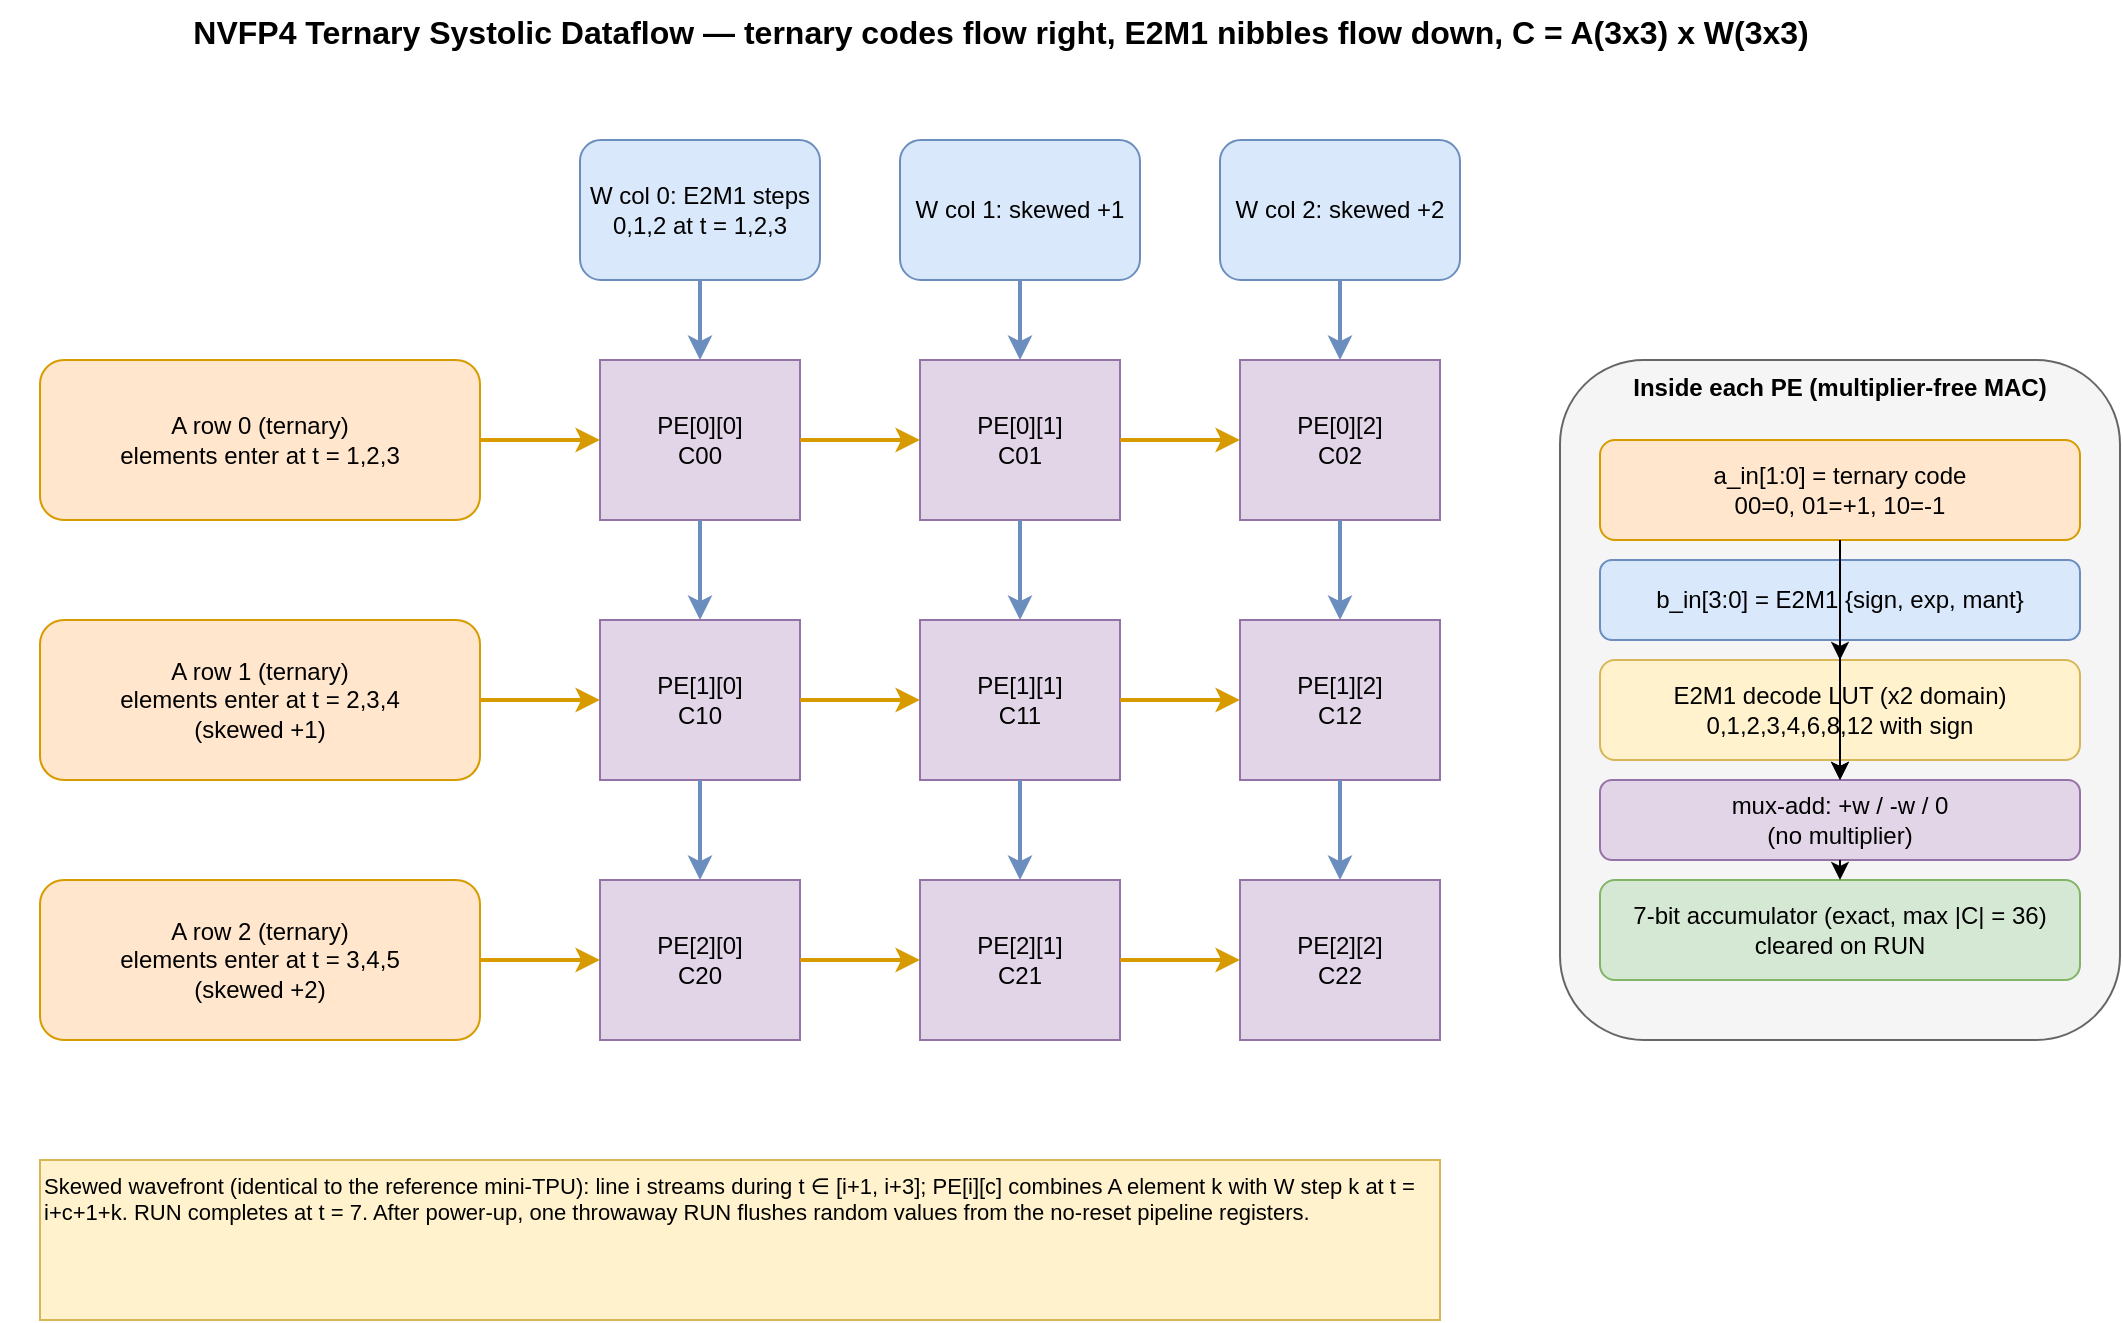
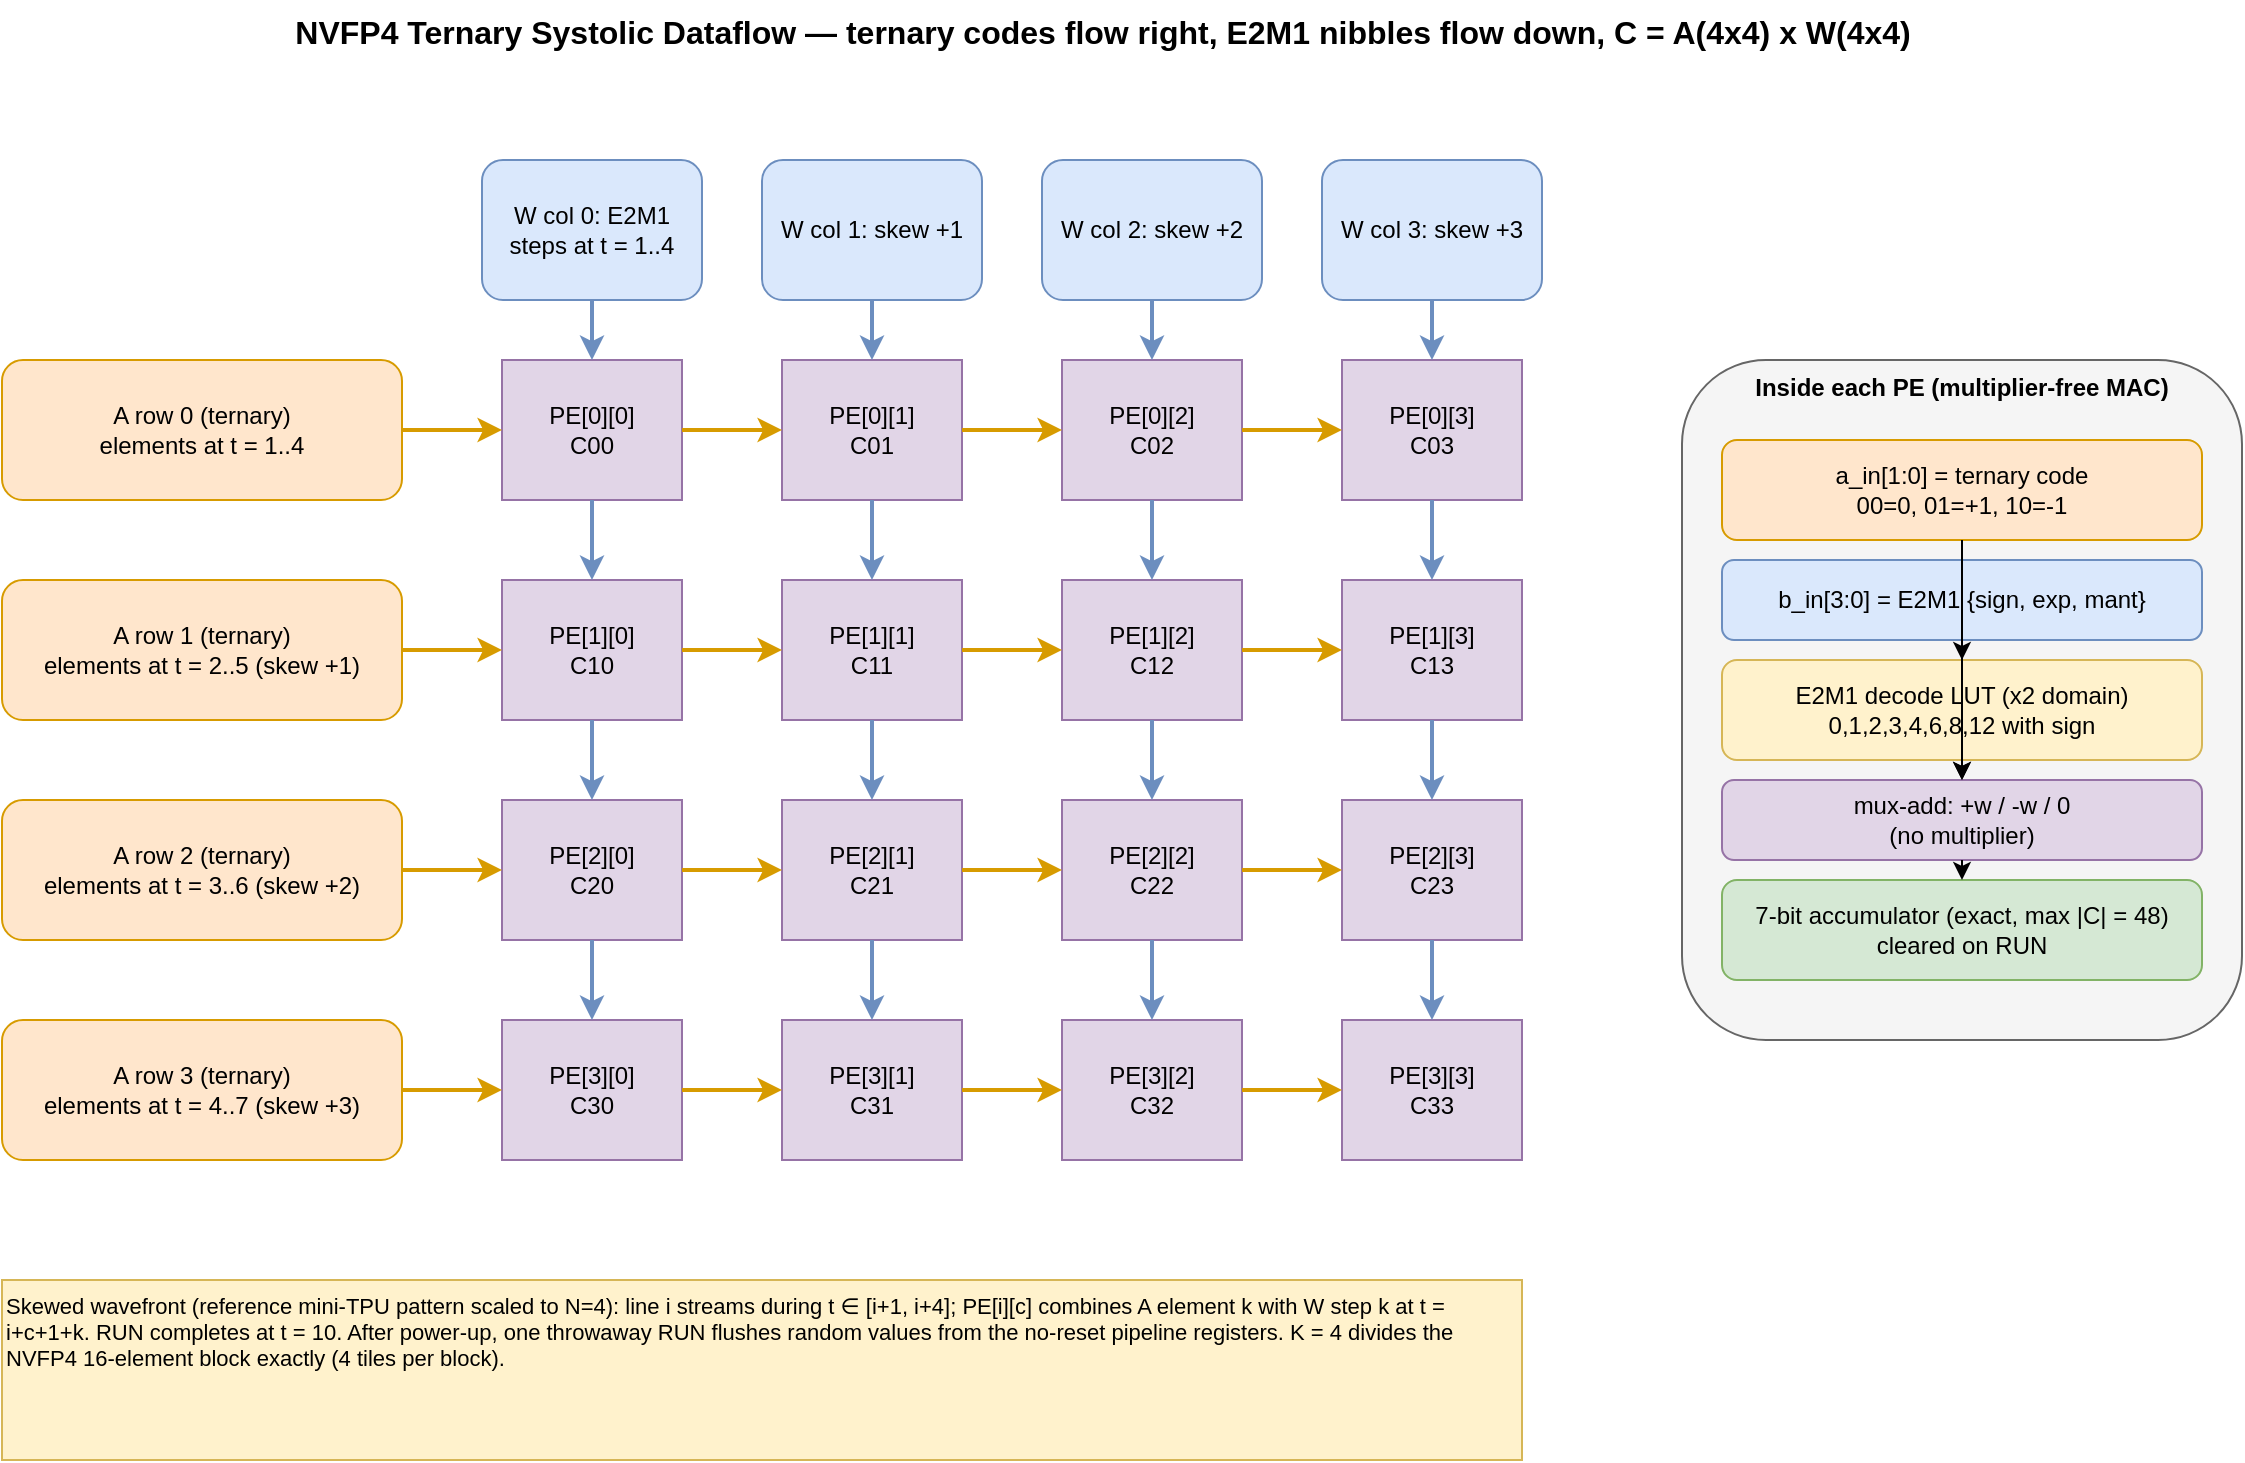
<mxfile host="app.diagrams.net" type="device">
  <diagram id="dataflow" name="Dataflow">
-     <mxGraphModel dx="1400" dy="900" grid="1" gridSize="10" guides="1" tooltips="1" connect="1" arrows="1" fold="1" page="1" pageScale="1" pageWidth="1200" pageHeight="850" math="0" shadow="0">
+     <mxGraphModel dx="1400" dy="900" grid="1" gridSize="10" guides="1" tooltips="1" connect="1" arrows="1" fold="1" page="1" pageScale="1" pageWidth="1400" pageHeight="950" math="0" shadow="0">
      <root>
        <mxCell id="0" />
        <mxCell id="1" parent="0" />

-         <mxCell id="title" value="NVFP4 Ternary Systolic Dataflow — ternary codes flow right, E2M1 nibbles flow down, C = A(3x3) x W(3x3)" style="text;html=1;fontSize=16;fontStyle=1;align=center;" vertex="1" parent="1">
-           <mxGeometry x="100" y="20" width="1000" height="30" as="geometry" />
+         <mxCell id="title" value="NVFP4 Ternary Systolic Dataflow — ternary codes flow right, E2M1 nibbles flow down, C = A(4x4) x W(4x4)" style="text;html=1;fontSize=16;fontStyle=1;align=center;" vertex="1" parent="1">
+           <mxGeometry x="150" y="20" width="1100" height="30" as="geometry" />
        </mxCell>

-         <mxCell id="pe00" value="PE[0][0]&#10;C00" style="rounded=0;whiteSpace=wrap;html=1;fillColor=#e1d5e7;strokeColor=#9673a6;" vertex="1" parent="1"><mxGeometry x="400" y="200" width="100" height="80" as="geometry" /></mxCell>
-         <mxCell id="pe01" value="PE[0][1]&#10;C01" style="rounded=0;whiteSpace=wrap;html=1;fillColor=#e1d5e7;strokeColor=#9673a6;" vertex="1" parent="1"><mxGeometry x="560" y="200" width="100" height="80" as="geometry" /></mxCell>
-         <mxCell id="pe02" value="PE[0][2]&#10;C02" style="rounded=0;whiteSpace=wrap;html=1;fillColor=#e1d5e7;strokeColor=#9673a6;" vertex="1" parent="1"><mxGeometry x="720" y="200" width="100" height="80" as="geometry" /></mxCell>
-         <mxCell id="pe10" value="PE[1][0]&#10;C10" style="rounded=0;whiteSpace=wrap;html=1;fillColor=#e1d5e7;strokeColor=#9673a6;" vertex="1" parent="1"><mxGeometry x="400" y="330" width="100" height="80" as="geometry" /></mxCell>
-         <mxCell id="pe11" value="PE[1][1]&#10;C11" style="rounded=0;whiteSpace=wrap;html=1;fillColor=#e1d5e7;strokeColor=#9673a6;" vertex="1" parent="1"><mxGeometry x="560" y="330" width="100" height="80" as="geometry" /></mxCell>
-         <mxCell id="pe12" value="PE[1][2]&#10;C12" style="rounded=0;whiteSpace=wrap;html=1;fillColor=#e1d5e7;strokeColor=#9673a6;" vertex="1" parent="1"><mxGeometry x="720" y="330" width="100" height="80" as="geometry" /></mxCell>
-         <mxCell id="pe20" value="PE[2][0]&#10;C20" style="rounded=0;whiteSpace=wrap;html=1;fillColor=#e1d5e7;strokeColor=#9673a6;" vertex="1" parent="1"><mxGeometry x="400" y="460" width="100" height="80" as="geometry" /></mxCell>
-         <mxCell id="pe21" value="PE[2][1]&#10;C21" style="rounded=0;whiteSpace=wrap;html=1;fillColor=#e1d5e7;strokeColor=#9673a6;" vertex="1" parent="1"><mxGeometry x="560" y="460" width="100" height="80" as="geometry" /></mxCell>
-         <mxCell id="pe22" value="PE[2][2]&#10;C22" style="rounded=0;whiteSpace=wrap;html=1;fillColor=#e1d5e7;strokeColor=#9673a6;" vertex="1" parent="1"><mxGeometry x="720" y="460" width="100" height="80" as="geometry" /></mxCell>
+         <mxCell id="pe00" value="PE[0][0]&#10;C00" style="rounded=0;whiteSpace=wrap;html=1;fillColor=#e1d5e7;strokeColor=#9673a6;" vertex="1" parent="1"><mxGeometry x="400" y="200" width="90" height="70" as="geometry" /></mxCell>
+         <mxCell id="pe01" value="PE[0][1]&#10;C01" style="rounded=0;whiteSpace=wrap;html=1;fillColor=#e1d5e7;strokeColor=#9673a6;" vertex="1" parent="1"><mxGeometry x="540" y="200" width="90" height="70" as="geometry" /></mxCell>
+         <mxCell id="pe02" value="PE[0][2]&#10;C02" style="rounded=0;whiteSpace=wrap;html=1;fillColor=#e1d5e7;strokeColor=#9673a6;" vertex="1" parent="1"><mxGeometry x="680" y="200" width="90" height="70" as="geometry" /></mxCell>
+         <mxCell id="pe03" value="PE[0][3]&#10;C03" style="rounded=0;whiteSpace=wrap;html=1;fillColor=#e1d5e7;strokeColor=#9673a6;" vertex="1" parent="1"><mxGeometry x="820" y="200" width="90" height="70" as="geometry" /></mxCell>
+         <mxCell id="pe10" value="PE[1][0]&#10;C10" style="rounded=0;whiteSpace=wrap;html=1;fillColor=#e1d5e7;strokeColor=#9673a6;" vertex="1" parent="1"><mxGeometry x="400" y="310" width="90" height="70" as="geometry" /></mxCell>
+         <mxCell id="pe11" value="PE[1][1]&#10;C11" style="rounded=0;whiteSpace=wrap;html=1;fillColor=#e1d5e7;strokeColor=#9673a6;" vertex="1" parent="1"><mxGeometry x="540" y="310" width="90" height="70" as="geometry" /></mxCell>
+         <mxCell id="pe12" value="PE[1][2]&#10;C12" style="rounded=0;whiteSpace=wrap;html=1;fillColor=#e1d5e7;strokeColor=#9673a6;" vertex="1" parent="1"><mxGeometry x="680" y="310" width="90" height="70" as="geometry" /></mxCell>
+         <mxCell id="pe13" value="PE[1][3]&#10;C13" style="rounded=0;whiteSpace=wrap;html=1;fillColor=#e1d5e7;strokeColor=#9673a6;" vertex="1" parent="1"><mxGeometry x="820" y="310" width="90" height="70" as="geometry" /></mxCell>
+         <mxCell id="pe20" value="PE[2][0]&#10;C20" style="rounded=0;whiteSpace=wrap;html=1;fillColor=#e1d5e7;strokeColor=#9673a6;" vertex="1" parent="1"><mxGeometry x="400" y="420" width="90" height="70" as="geometry" /></mxCell>
+         <mxCell id="pe21" value="PE[2][1]&#10;C21" style="rounded=0;whiteSpace=wrap;html=1;fillColor=#e1d5e7;strokeColor=#9673a6;" vertex="1" parent="1"><mxGeometry x="540" y="420" width="90" height="70" as="geometry" /></mxCell>
+         <mxCell id="pe22" value="PE[2][2]&#10;C22" style="rounded=0;whiteSpace=wrap;html=1;fillColor=#e1d5e7;strokeColor=#9673a6;" vertex="1" parent="1"><mxGeometry x="680" y="420" width="90" height="70" as="geometry" /></mxCell>
+         <mxCell id="pe23" value="PE[2][3]&#10;C23" style="rounded=0;whiteSpace=wrap;html=1;fillColor=#e1d5e7;strokeColor=#9673a6;" vertex="1" parent="1"><mxGeometry x="820" y="420" width="90" height="70" as="geometry" /></mxCell>
+         <mxCell id="pe30" value="PE[3][0]&#10;C30" style="rounded=0;whiteSpace=wrap;html=1;fillColor=#e1d5e7;strokeColor=#9673a6;" vertex="1" parent="1"><mxGeometry x="400" y="530" width="90" height="70" as="geometry" /></mxCell>
+         <mxCell id="pe31" value="PE[3][1]&#10;C31" style="rounded=0;whiteSpace=wrap;html=1;fillColor=#e1d5e7;strokeColor=#9673a6;" vertex="1" parent="1"><mxGeometry x="540" y="530" width="90" height="70" as="geometry" /></mxCell>
+         <mxCell id="pe32" value="PE[3][2]&#10;C32" style="rounded=0;whiteSpace=wrap;html=1;fillColor=#e1d5e7;strokeColor=#9673a6;" vertex="1" parent="1"><mxGeometry x="680" y="530" width="90" height="70" as="geometry" /></mxCell>
+         <mxCell id="pe33" value="PE[3][3]&#10;C33" style="rounded=0;whiteSpace=wrap;html=1;fillColor=#e1d5e7;strokeColor=#9673a6;" vertex="1" parent="1"><mxGeometry x="820" y="530" width="90" height="70" as="geometry" /></mxCell>

-         <mxCell id="rowa0" value="A row 0 (ternary)&#10;elements enter at t = 1,2,3" style="rounded=1;whiteSpace=wrap;html=1;fillColor=#ffe6cc;strokeColor=#d79b00;" vertex="1" parent="1"><mxGeometry x="120" y="200" width="220" height="80" as="geometry" /></mxCell>
-         <mxCell id="rowa1" value="A row 1 (ternary)&#10;elements enter at t = 2,3,4&#10;(skewed +1)" style="rounded=1;whiteSpace=wrap;html=1;fillColor=#ffe6cc;strokeColor=#d79b00;" vertex="1" parent="1"><mxGeometry x="120" y="330" width="220" height="80" as="geometry" /></mxCell>
-         <mxCell id="rowa2" value="A row 2 (ternary)&#10;elements enter at t = 3,4,5&#10;(skewed +2)" style="rounded=1;whiteSpace=wrap;html=1;fillColor=#ffe6cc;strokeColor=#d79b00;" vertex="1" parent="1"><mxGeometry x="120" y="460" width="220" height="80" as="geometry" /></mxCell>
+         <mxCell id="rowa0" value="A row 0 (ternary)&#10;elements at t = 1..4" style="rounded=1;whiteSpace=wrap;html=1;fillColor=#ffe6cc;strokeColor=#d79b00;" vertex="1" parent="1"><mxGeometry x="150" y="200" width="200" height="70" as="geometry" /></mxCell>
+         <mxCell id="rowa1" value="A row 1 (ternary)&#10;elements at t = 2..5 (skew +1)" style="rounded=1;whiteSpace=wrap;html=1;fillColor=#ffe6cc;strokeColor=#d79b00;" vertex="1" parent="1"><mxGeometry x="150" y="310" width="200" height="70" as="geometry" /></mxCell>
+         <mxCell id="rowa2" value="A row 2 (ternary)&#10;elements at t = 3..6 (skew +2)" style="rounded=1;whiteSpace=wrap;html=1;fillColor=#ffe6cc;strokeColor=#d79b00;" vertex="1" parent="1"><mxGeometry x="150" y="420" width="200" height="70" as="geometry" /></mxCell>
+         <mxCell id="rowa3" value="A row 3 (ternary)&#10;elements at t = 4..7 (skew +3)" style="rounded=1;whiteSpace=wrap;html=1;fillColor=#ffe6cc;strokeColor=#d79b00;" vertex="1" parent="1"><mxGeometry x="150" y="530" width="200" height="70" as="geometry" /></mxCell>

-         <mxCell id="colb0" value="W col 0: E2M1 steps 0,1,2 at t = 1,2,3" style="rounded=1;whiteSpace=wrap;html=1;fillColor=#dae8fc;strokeColor=#6c8ebf;" vertex="1" parent="1"><mxGeometry x="390" y="90" width="120" height="70" as="geometry" /></mxCell>
-         <mxCell id="colb1" value="W col 1: skewed +1" style="rounded=1;whiteSpace=wrap;html=1;fillColor=#dae8fc;strokeColor=#6c8ebf;" vertex="1" parent="1"><mxGeometry x="550" y="90" width="120" height="70" as="geometry" /></mxCell>
-         <mxCell id="colb2" value="W col 2: skewed +2" style="rounded=1;whiteSpace=wrap;html=1;fillColor=#dae8fc;strokeColor=#6c8ebf;" vertex="1" parent="1"><mxGeometry x="710" y="90" width="120" height="70" as="geometry" /></mxCell>
+         <mxCell id="colb0" value="W col 0: E2M1 steps at t = 1..4" style="rounded=1;whiteSpace=wrap;html=1;fillColor=#dae8fc;strokeColor=#6c8ebf;" vertex="1" parent="1"><mxGeometry x="390" y="100" width="110" height="70" as="geometry" /></mxCell>
+         <mxCell id="colb1" value="W col 1: skew +1" style="rounded=1;whiteSpace=wrap;html=1;fillColor=#dae8fc;strokeColor=#6c8ebf;" vertex="1" parent="1"><mxGeometry x="530" y="100" width="110" height="70" as="geometry" /></mxCell>
+         <mxCell id="colb2" value="W col 2: skew +2" style="rounded=1;whiteSpace=wrap;html=1;fillColor=#dae8fc;strokeColor=#6c8ebf;" vertex="1" parent="1"><mxGeometry x="670" y="100" width="110" height="70" as="geometry" /></mxCell>
+         <mxCell id="colb3" value="W col 3: skew +3" style="rounded=1;whiteSpace=wrap;html=1;fillColor=#dae8fc;strokeColor=#6c8ebf;" vertex="1" parent="1"><mxGeometry x="810" y="100" width="110" height="70" as="geometry" /></mxCell>

        <mxCell id="a00" style="edgeStyle=orthogonalEdgeStyle;html=1;strokeColor=#d79b00;strokeWidth=2;" edge="1" parent="1" source="rowa0" target="pe00"><mxGeometry relative="1" as="geometry" /></mxCell>
        <mxCell id="a01" style="edgeStyle=orthogonalEdgeStyle;html=1;strokeColor=#d79b00;strokeWidth=2;" edge="1" parent="1" source="pe00" target="pe01"><mxGeometry relative="1" as="geometry" /></mxCell>
        <mxCell id="a02" style="edgeStyle=orthogonalEdgeStyle;html=1;strokeColor=#d79b00;strokeWidth=2;" edge="1" parent="1" source="pe01" target="pe02"><mxGeometry relative="1" as="geometry" /></mxCell>
+         <mxCell id="a03" style="edgeStyle=orthogonalEdgeStyle;html=1;strokeColor=#d79b00;strokeWidth=2;" edge="1" parent="1" source="pe02" target="pe03"><mxGeometry relative="1" as="geometry" /></mxCell>
        <mxCell id="a10" style="edgeStyle=orthogonalEdgeStyle;html=1;strokeColor=#d79b00;strokeWidth=2;" edge="1" parent="1" source="rowa1" target="pe10"><mxGeometry relative="1" as="geometry" /></mxCell>
        <mxCell id="a11" style="edgeStyle=orthogonalEdgeStyle;html=1;strokeColor=#d79b00;strokeWidth=2;" edge="1" parent="1" source="pe10" target="pe11"><mxGeometry relative="1" as="geometry" /></mxCell>
        <mxCell id="a12" style="edgeStyle=orthogonalEdgeStyle;html=1;strokeColor=#d79b00;strokeWidth=2;" edge="1" parent="1" source="pe11" target="pe12"><mxGeometry relative="1" as="geometry" /></mxCell>
+         <mxCell id="a13" style="edgeStyle=orthogonalEdgeStyle;html=1;strokeColor=#d79b00;strokeWidth=2;" edge="1" parent="1" source="pe12" target="pe13"><mxGeometry relative="1" as="geometry" /></mxCell>
        <mxCell id="a20" style="edgeStyle=orthogonalEdgeStyle;html=1;strokeColor=#d79b00;strokeWidth=2;" edge="1" parent="1" source="rowa2" target="pe20"><mxGeometry relative="1" as="geometry" /></mxCell>
        <mxCell id="a21" style="edgeStyle=orthogonalEdgeStyle;html=1;strokeColor=#d79b00;strokeWidth=2;" edge="1" parent="1" source="pe20" target="pe21"><mxGeometry relative="1" as="geometry" /></mxCell>
        <mxCell id="a22" style="edgeStyle=orthogonalEdgeStyle;html=1;strokeColor=#d79b00;strokeWidth=2;" edge="1" parent="1" source="pe21" target="pe22"><mxGeometry relative="1" as="geometry" /></mxCell>
+         <mxCell id="a23" style="edgeStyle=orthogonalEdgeStyle;html=1;strokeColor=#d79b00;strokeWidth=2;" edge="1" parent="1" source="pe22" target="pe23"><mxGeometry relative="1" as="geometry" /></mxCell>
+         <mxCell id="a30" style="edgeStyle=orthogonalEdgeStyle;html=1;strokeColor=#d79b00;strokeWidth=2;" edge="1" parent="1" source="rowa3" target="pe30"><mxGeometry relative="1" as="geometry" /></mxCell>
+         <mxCell id="a31" style="edgeStyle=orthogonalEdgeStyle;html=1;strokeColor=#d79b00;strokeWidth=2;" edge="1" parent="1" source="pe30" target="pe31"><mxGeometry relative="1" as="geometry" /></mxCell>
+         <mxCell id="a32" style="edgeStyle=orthogonalEdgeStyle;html=1;strokeColor=#d79b00;strokeWidth=2;" edge="1" parent="1" source="pe31" target="pe32"><mxGeometry relative="1" as="geometry" /></mxCell>
+         <mxCell id="a33" style="edgeStyle=orthogonalEdgeStyle;html=1;strokeColor=#d79b00;strokeWidth=2;" edge="1" parent="1" source="pe32" target="pe33"><mxGeometry relative="1" as="geometry" /></mxCell>

        <mxCell id="b00" style="edgeStyle=orthogonalEdgeStyle;html=1;strokeColor=#6c8ebf;strokeWidth=2;" edge="1" parent="1" source="colb0" target="pe00"><mxGeometry relative="1" as="geometry" /></mxCell>
        <mxCell id="b01" style="edgeStyle=orthogonalEdgeStyle;html=1;strokeColor=#6c8ebf;strokeWidth=2;" edge="1" parent="1" source="pe00" target="pe10"><mxGeometry relative="1" as="geometry" /></mxCell>
        <mxCell id="b02" style="edgeStyle=orthogonalEdgeStyle;html=1;strokeColor=#6c8ebf;strokeWidth=2;" edge="1" parent="1" source="pe10" target="pe20"><mxGeometry relative="1" as="geometry" /></mxCell>
+         <mxCell id="b03" style="edgeStyle=orthogonalEdgeStyle;html=1;strokeColor=#6c8ebf;strokeWidth=2;" edge="1" parent="1" source="pe20" target="pe30"><mxGeometry relative="1" as="geometry" /></mxCell>
        <mxCell id="b10" style="edgeStyle=orthogonalEdgeStyle;html=1;strokeColor=#6c8ebf;strokeWidth=2;" edge="1" parent="1" source="colb1" target="pe01"><mxGeometry relative="1" as="geometry" /></mxCell>
        <mxCell id="b11" style="edgeStyle=orthogonalEdgeStyle;html=1;strokeColor=#6c8ebf;strokeWidth=2;" edge="1" parent="1" source="pe01" target="pe11"><mxGeometry relative="1" as="geometry" /></mxCell>
        <mxCell id="b12" style="edgeStyle=orthogonalEdgeStyle;html=1;strokeColor=#6c8ebf;strokeWidth=2;" edge="1" parent="1" source="pe11" target="pe21"><mxGeometry relative="1" as="geometry" /></mxCell>
+         <mxCell id="b13" style="edgeStyle=orthogonalEdgeStyle;html=1;strokeColor=#6c8ebf;strokeWidth=2;" edge="1" parent="1" source="pe21" target="pe31"><mxGeometry relative="1" as="geometry" /></mxCell>
        <mxCell id="b20" style="edgeStyle=orthogonalEdgeStyle;html=1;strokeColor=#6c8ebf;strokeWidth=2;" edge="1" parent="1" source="colb2" target="pe02"><mxGeometry relative="1" as="geometry" /></mxCell>
        <mxCell id="b21" style="edgeStyle=orthogonalEdgeStyle;html=1;strokeColor=#6c8ebf;strokeWidth=2;" edge="1" parent="1" source="pe02" target="pe12"><mxGeometry relative="1" as="geometry" /></mxCell>
        <mxCell id="b22" style="edgeStyle=orthogonalEdgeStyle;html=1;strokeColor=#6c8ebf;strokeWidth=2;" edge="1" parent="1" source="pe12" target="pe22"><mxGeometry relative="1" as="geometry" /></mxCell>
+         <mxCell id="b23" style="edgeStyle=orthogonalEdgeStyle;html=1;strokeColor=#6c8ebf;strokeWidth=2;" edge="1" parent="1" source="pe22" target="pe32"><mxGeometry relative="1" as="geometry" /></mxCell>
+         <mxCell id="b30" style="edgeStyle=orthogonalEdgeStyle;html=1;strokeColor=#6c8ebf;strokeWidth=2;" edge="1" parent="1" source="colb3" target="pe03"><mxGeometry relative="1" as="geometry" /></mxCell>
+         <mxCell id="b31" style="edgeStyle=orthogonalEdgeStyle;html=1;strokeColor=#6c8ebf;strokeWidth=2;" edge="1" parent="1" source="pe03" target="pe13"><mxGeometry relative="1" as="geometry" /></mxCell>
+         <mxCell id="b32" style="edgeStyle=orthogonalEdgeStyle;html=1;strokeColor=#6c8ebf;strokeWidth=2;" edge="1" parent="1" source="pe13" target="pe23"><mxGeometry relative="1" as="geometry" /></mxCell>
+         <mxCell id="b33" style="edgeStyle=orthogonalEdgeStyle;html=1;strokeColor=#6c8ebf;strokeWidth=2;" edge="1" parent="1" source="pe23" target="pe33"><mxGeometry relative="1" as="geometry" /></mxCell>

        <mxCell id="pedetail" value="Inside each PE (multiplier-free MAC)" style="rounded=1;whiteSpace=wrap;html=1;fillColor=#f5f5f5;strokeColor=#666666;verticalAlign=top;fontStyle=1;" vertex="1" parent="1">
-           <mxGeometry x="880" y="200" width="280" height="340" as="geometry" />
+           <mxGeometry x="990" y="200" width="280" height="340" as="geometry" />
        </mxCell>
        <mxCell id="pd1" value="a_in[1:0] = ternary code&#10;00=0, 01=+1, 10=-1" style="rounded=1;whiteSpace=wrap;html=1;fillColor=#ffe6cc;strokeColor=#d79b00;" vertex="1" parent="1">
-           <mxGeometry x="900" y="240" width="240" height="50" as="geometry" />
+           <mxGeometry x="1010" y="240" width="240" height="50" as="geometry" />
        </mxCell>
        <mxCell id="pd2" value="b_in[3:0] = E2M1 {sign, exp, mant}" style="rounded=1;whiteSpace=wrap;html=1;fillColor=#dae8fc;strokeColor=#6c8ebf;" vertex="1" parent="1">
-           <mxGeometry x="900" y="300" width="240" height="40" as="geometry" />
+           <mxGeometry x="1010" y="300" width="240" height="40" as="geometry" />
        </mxCell>
        <mxCell id="pd3" value="E2M1 decode LUT (x2 domain)&#10;0,1,2,3,4,6,8,12 with sign" style="rounded=1;whiteSpace=wrap;html=1;fillColor=#fff2cc;strokeColor=#d6b656;" vertex="1" parent="1">
-           <mxGeometry x="900" y="350" width="240" height="50" as="geometry" />
+           <mxGeometry x="1010" y="350" width="240" height="50" as="geometry" />
        </mxCell>
        <mxCell id="pd4" value="mux-add: +w / -w / 0&#10;(no multiplier)" style="rounded=1;whiteSpace=wrap;html=1;fillColor=#e1d5e7;strokeColor=#9673a6;" vertex="1" parent="1">
-           <mxGeometry x="900" y="410" width="240" height="40" as="geometry" />
+           <mxGeometry x="1010" y="410" width="240" height="40" as="geometry" />
        </mxCell>
-         <mxCell id="pd5" value="7-bit accumulator (exact, max |C| = 36)&#10;cleared on RUN" style="rounded=1;whiteSpace=wrap;html=1;fillColor=#d5e8d4;strokeColor=#82b366;" vertex="1" parent="1">
-           <mxGeometry x="900" y="460" width="240" height="50" as="geometry" />
+         <mxCell id="pd5" value="7-bit accumulator (exact, max |C| = 48)&#10;cleared on RUN" style="rounded=1;whiteSpace=wrap;html=1;fillColor=#d5e8d4;strokeColor=#82b366;" vertex="1" parent="1">
+           <mxGeometry x="1010" y="460" width="240" height="50" as="geometry" />
        </mxCell>
        <mxCell id="pde1" style="edgeStyle=orthogonalEdgeStyle;html=1;" edge="1" parent="1" source="pd1" target="pd4"><mxGeometry relative="1" as="geometry" /></mxCell>
        <mxCell id="pde2" style="edgeStyle=orthogonalEdgeStyle;html=1;" edge="1" parent="1" source="pd2" target="pd3"><mxGeometry relative="1" as="geometry" /></mxCell>
        <mxCell id="pde3" style="edgeStyle=orthogonalEdgeStyle;html=1;" edge="1" parent="1" source="pd3" target="pd4"><mxGeometry relative="1" as="geometry" /></mxCell>
        <mxCell id="pde4" style="edgeStyle=orthogonalEdgeStyle;html=1;" edge="1" parent="1" source="pd4" target="pd5"><mxGeometry relative="1" as="geometry" /></mxCell>

-         <mxCell id="note" value="Skewed wavefront (identical to the reference mini-TPU): line i streams during t ∈ [i+1, i+3]; PE[i][c] combines A element k with W step k at t = i+c+1+k. RUN completes at t = 7. After power-up, one throwaway RUN flushes random values from the no-reset pipeline registers." style="text;html=1;whiteSpace=wrap;fontSize=11;fillColor=#fff2cc;strokeColor=#d6b656;" vertex="1" parent="1">
-           <mxGeometry x="120" y="600" width="700" height="80" as="geometry" />
+         <mxCell id="note" value="Skewed wavefront (reference mini-TPU pattern scaled to N=4): line i streams during t ∈ [i+1, i+4]; PE[i][c] combines A element k with W step k at t = i+c+1+k. RUN completes at t = 10. After power-up, one throwaway RUN flushes random values from the no-reset pipeline registers. K = 4 divides the NVFP4 16-element block exactly (4 tiles per block)." style="text;html=1;whiteSpace=wrap;fontSize=11;fillColor=#fff2cc;strokeColor=#d6b656;" vertex="1" parent="1">
+           <mxGeometry x="150" y="660" width="760" height="90" as="geometry" />
        </mxCell>
      </root>
    </mxGraphModel>
  </diagram>
</mxfile>
